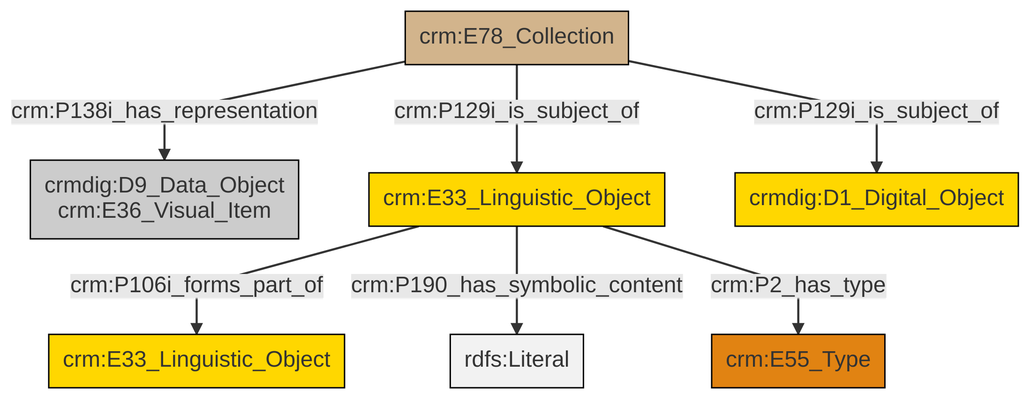
Above: et/archivalCSV/ttl/mmd/png/archival_docs.png in swiss-art-research-net/docs.swissartresearch (Mermaid), before the change. Its source is kept beside it as et/archivalCSV/ttl/mmd/archival_docs.ttl.mmd.
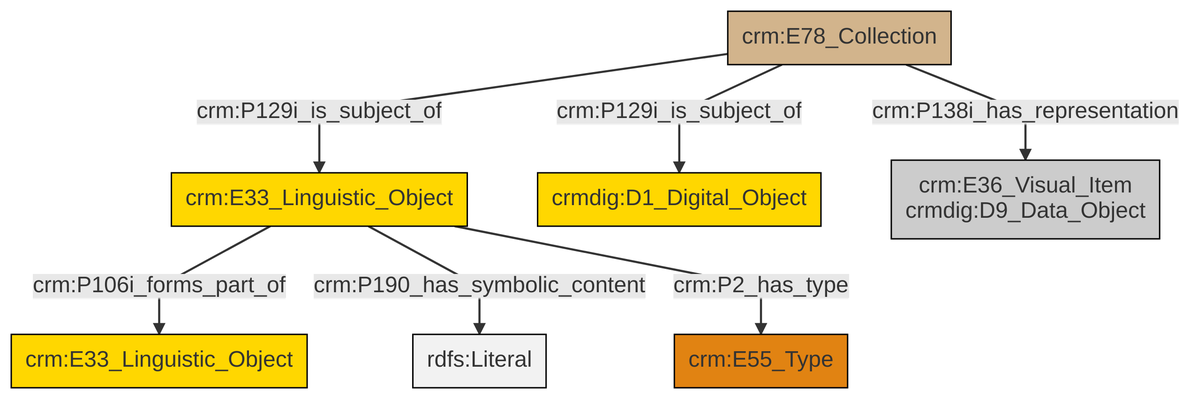
Later version of the same file.

Change to the diagram source:
```diff
@@ -13,9 +13,9 @@
 classDef PC_Classes fill:#4ce600, stroke:#000000;
 classDef Multi fill:#cccccc,stroke:#000000;
 
-4["crm:E78_Collection"]:::Physical_Thing -->|crm:P129i_is_subject_of| 5["crm:E33_Linguistic_Object"]:::Conceptual_Object
-4["crm:E78_Collection"]:::Physical_Thing -->|crm:P138i_has_representation| 2["crmdig:D9_Data_Object<br>crm:E36_Visual_Item"]:::Multi
-5["crm:E33_Linguistic_Object"]:::Conceptual_Object -->|crm:P106i_forms_part_of| 8["crm:E33_Linguistic_Object"]:::Conceptual_Object
-5["crm:E33_Linguistic_Object"]:::Conceptual_Object -->|crm:P190_has_symbolic_content| 9[rdfs:Literal]:::Literal
-4["crm:E78_Collection"]:::Physical_Thing -->|crm:P129i_is_subject_of| 10["crmdig:D1_Digital_Object"]:::Conceptual_Object
-5["crm:E33_Linguistic_Object"]:::Conceptual_Object -->|crm:P2_has_type| 0["crm:E55_Type"]:::Type
+0["crm:E78_Collection"]:::Physical_Thing -->|crm:P129i_is_subject_of| 1["crm:E33_Linguistic_Object"]:::Conceptual_Object
+0["crm:E78_Collection"]:::Physical_Thing -->|crm:P138i_has_representation| 4["crm:E36_Visual_Item<br>crmdig:D9_Data_Object"]:::Multi
+1["crm:E33_Linguistic_Object"]:::Conceptual_Object -->|crm:P106i_forms_part_of| 6["crm:E33_Linguistic_Object"]:::Conceptual_Object
+0["crm:E78_Collection"]:::Physical_Thing -->|crm:P129i_is_subject_of| 2["crmdig:D1_Digital_Object"]:::Conceptual_Object
+1["crm:E33_Linguistic_Object"]:::Conceptual_Object -->|crm:P190_has_symbolic_content| 9[rdfs:Literal]:::Literal
+1["crm:E33_Linguistic_Object"]:::Conceptual_Object -->|crm:P2_has_type| 10["crm:E55_Type"]:::Type
```
